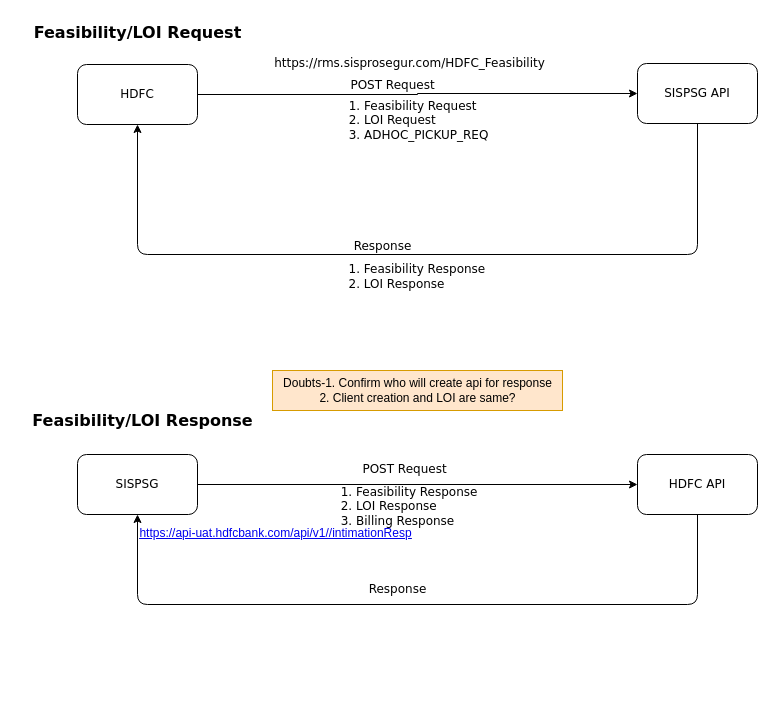
Above: Hdfc.drawio in ubermachine/Drawio (draw.io), before the change. Source tidied: cells renumbered, new cells numbered last; positions are measured from the earlier drawing's top-left corner, leaving out a move shared by most shapes. Both pictures are drawn from the tidied source at 100%, with x=0, y=0 at pixel (17, 17).
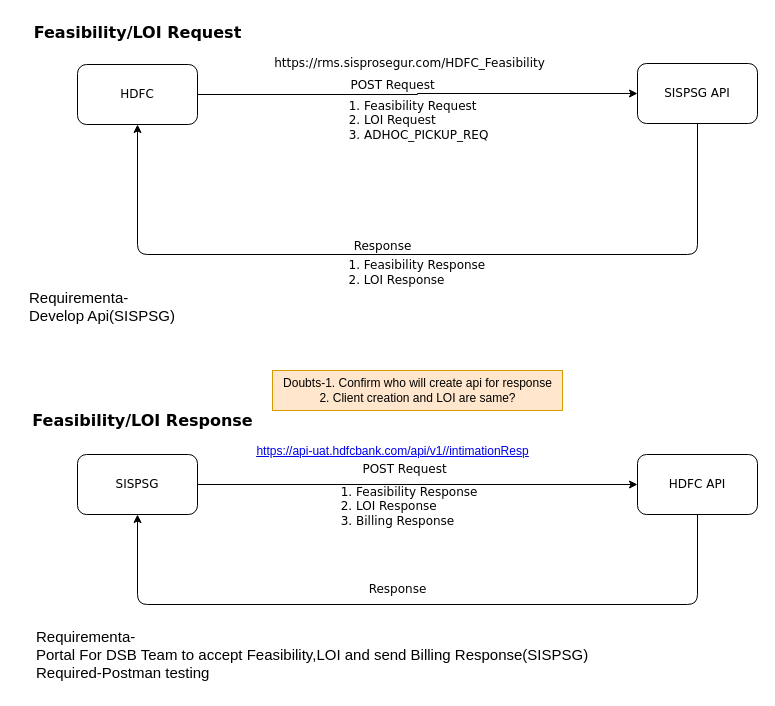
The same diagram, later.

Change to the diagram source:
```diff
@@
     <mxCell id="7" value="&lt;div align=&quot;left&quot;&gt;&lt;ol&gt;&lt;li&gt;Feasibility Response&lt;/li&gt;&lt;li&gt;LOI Response&lt;/li&gt;&lt;/ol&gt;&lt;/div&gt;" style="text;html=1;align=center;verticalAlign=middle;strokeColor=none;fillColor=none;fontStyle=0;fontFamily=Verdana;" parent="1" vertex="1">
-      <mxGeometry x="292" y="224" width="190" height="70" as="geometry" />
+      <mxGeometry x="292" y="220" width="190" height="70" as="geometry" />
     </mxCell>
@@
     <mxCell id="19" value="&lt;u&gt;&lt;a title=&quot;Original URL: https://api-uat.hdfcbank.com/api/v1/dsb/intimationResp. Click or tap if you trust this link.&quot; target=&quot;_blank&quot; href=&quot;https://ind01.safelinks.protection.outlook.com/?url=https%3A%2F%2Fapi-uat.hdfcbank.com%2Fapi%2Fv1%2Fdsb%2FintimationResp&amp;amp;data=05%7C01%7Cshubham.pawar4%40hdfcbank.com%7C284244c8ec6b4c64b9b008db6e779bee%7C827fd02205a64e57be9ccc069b6ae62d%7C0%7C0%7C638225232243491934%7CUnknown%7CTWFpbGZsb3d8eyJWIjoiMC4wLjAwMDAiLCJQIjoiV2luMzIiLCJBTiI6Ik1haWwiLCJXVCI6Mn0%3D%7C3000%7C%7C%7C&amp;amp;sdata=QB7lebr9Tw6JcELbrLSqCNylo0V3PcAyTXZZP5ZpUk0%3D&amp;amp;reserved=0&quot;&gt;https://api-uat.hdfcbank.com/api/v1//intimationResp&lt;/a&gt;&lt;/u&gt;" style="text;html=1;align=center;verticalAlign=middle;strokeColor=none;fillColor=none;" parent="1" vertex="1">
-      <mxGeometry x="108" y="501" width="300" height="30" as="geometry" />
+      <mxGeometry x="225" y="419" width="300" height="30" as="geometry" />
     </mxCell>
@@
+    <mxCell id="22" value="&lt;div align=&quot;left&quot; style=&quot;font-size: 15px;&quot;&gt;Requirementa-&lt;/div&gt;&lt;div align=&quot;left&quot; style=&quot;font-size: 15px;&quot;&gt;Portal For DSB Team to accept Feasibility,LOI and send Billing Response(SISPSG)&lt;/div&gt;&lt;div align=&quot;left&quot; style=&quot;font-size: 15px;&quot;&gt;Required-Postman testing &lt;br style=&quot;font-size: 15px;&quot;&gt;&lt;/div&gt;" style="text;html=1;align=left;verticalAlign=middle;strokeColor=none;fillColor=none;fontSize=15;" parent="1" vertex="1">
+      <mxGeometry x="17" y="602" width="580" height="70" as="geometry" />
+    </mxCell>
+    <mxCell id="23" value="&lt;div align=&quot;left&quot; style=&quot;font-size: 15px;&quot;&gt;Requirementa-&lt;/div&gt;&lt;div style=&quot;font-size: 15px;&quot;&gt;Develop Api(SISPSG)&lt;br style=&quot;font-size: 15px;&quot;&gt;&lt;/div&gt;&lt;div style=&quot;font-size: 15px;&quot;&gt;&lt;br style=&quot;font-size: 15px;&quot;&gt;&lt;/div&gt;&lt;div style=&quot;font-size: 15px;&quot;&gt;&lt;br style=&quot;font-size: 15px;&quot;&gt;&lt;/div&gt;" style="text;html=1;align=left;verticalAlign=middle;strokeColor=none;fillColor=none;fontSize=15;" parent="1" vertex="1">
+      <mxGeometry x="10" y="262" width="170" height="90" as="geometry" />
+    </mxCell>
```
